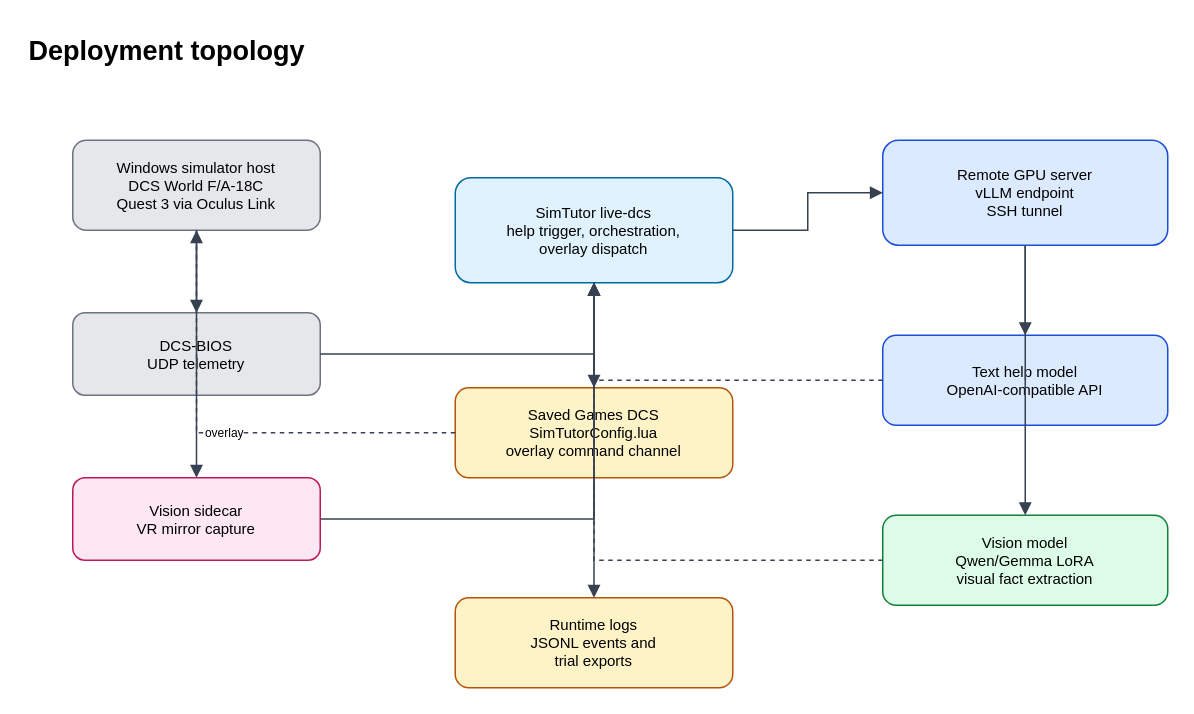
ZombiesYard/IEFMMQ keeps this draw.io diagram as page "A.1 Deployment Topology" (8 of 9) of paper/figures/drawio/thesis_figures.drawio. Above is the earlier version. Source tidied: cells renumbered, new cells numbered last; positions are measured from the earlier drawing's top-left corner, leaving out a move shared by most shapes. Both pictures are drawn from the tidied source at 150%, with x=0, y=0 at pixel (26, 26).
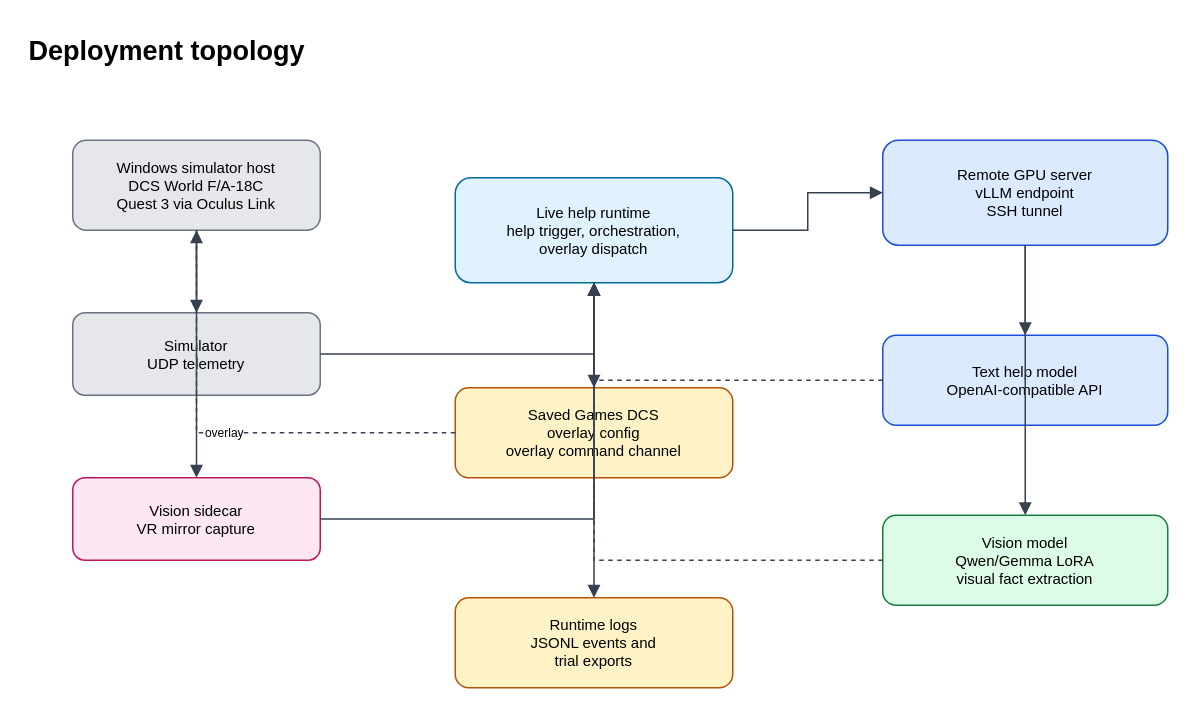
The same diagram, later.

Change to the diagram source:
```diff
@@
-    <mxCell id="4" value="DCS-BIOS&lt;br&gt;UDP telemetry" style="rounded=1;whiteSpace=wrap;html=1;fontSize=10;fontFamily=Helvetica;fillColor=#e5e7eb;strokeColor=#6b7280;align=center;verticalAlign=middle;" parent="1" vertex="1">
+    <mxCell id="4" value="Simulator&lt;br&gt;UDP telemetry" style="rounded=1;whiteSpace=wrap;html=1;fontSize=10;fontFamily=Helvetica;fillColor=#e5e7eb;strokeColor=#6b7280;align=center;verticalAlign=middle;" parent="1" vertex="1">
       <mxGeometry x="31" y="191" width="165" height="55" as="geometry" />
     </mxCell>
@@
-    <mxCell id="6" value="SimTutor live-dcs&lt;br&gt;help trigger, orchestration,&lt;br&gt;overlay dispatch" style="rounded=1;whiteSpace=wrap;html=1;fontSize=10;fontFamily=Helvetica;fillColor=#e0f2fe;strokeColor=#0369a1;align=center;verticalAlign=middle;" parent="1" vertex="1">
+    <mxCell id="6" value="Live help runtime&lt;br&gt;help trigger, orchestration,&lt;br&gt;overlay dispatch" style="rounded=1;whiteSpace=wrap;html=1;fontSize=10;fontFamily=Helvetica;fillColor=#e0f2fe;strokeColor=#0369a1;align=center;verticalAlign=middle;" parent="1" vertex="1">
       <mxGeometry x="286" y="101" width="185" height="70" as="geometry" />
     </mxCell>
-    <mxCell id="7" value="Saved Games DCS&lt;br&gt;SimTutorConfig.lua&lt;br&gt;overlay command channel" style="rounded=1;whiteSpace=wrap;html=1;fontSize=10;fontFamily=Helvetica;fillColor=#fef3c7;strokeColor=#b45309;align=center;verticalAlign=middle;" parent="1" vertex="1">
+    <mxCell id="7" value="Saved Games DCS&lt;br&gt;overlay config&lt;br&gt;overlay command channel" style="rounded=1;whiteSpace=wrap;html=1;fontSize=10;fontFamily=Helvetica;fillColor=#fef3c7;strokeColor=#b45309;align=center;verticalAlign=middle;" parent="1" vertex="1">
       <mxGeometry x="286" y="241" width="185" height="60" as="geometry" />
     </mxCell>
```
